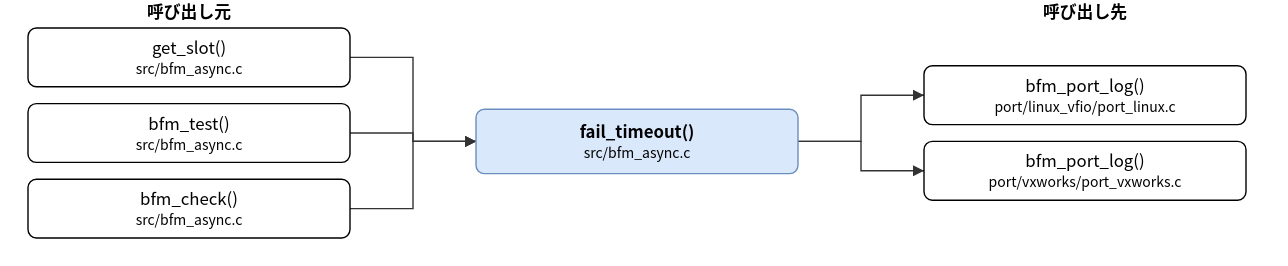
This is doc/spec/images/call_src_bfm_async-fail_timeout.drawio.svg from hf355051012-ai/bfmem, a draw.io export, as it was before one commit. Source tidied: cells renumbered, new cells last; positions are measured from the earlier drawing's top-left corner, leaving out a move shared by most shapes.
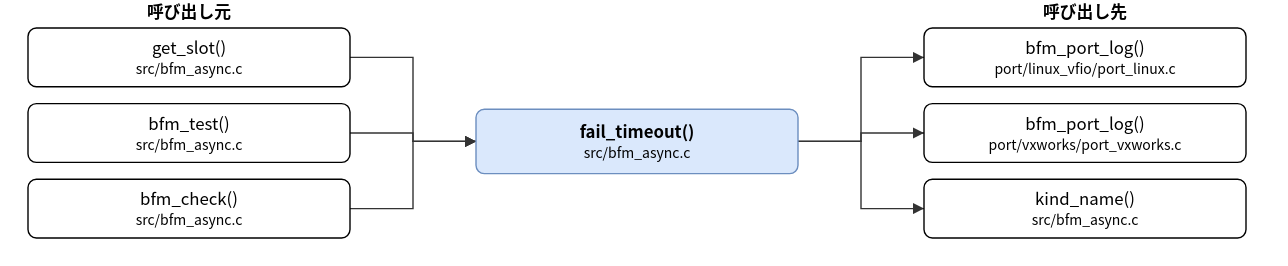
After the change.

What changed in the source:
```diff
@@ -15,11 +15,14 @@
       <mxGeometry y="128" width="230" height="42" as="geometry" />
     </mxCell>
     <mxCell id="6" value="bfm_port_log()&lt;br&gt;&lt;font style=&quot;font-size:10px&quot;&gt;port/linux_vfio/port_linux.c&lt;/font&gt;" style="rounded=1;whiteSpace=wrap;html=1;" parent="1" vertex="1">
-      <mxGeometry x="640" y="47" width="230" height="42" as="geometry" />
+      <mxGeometry x="640" y="20" width="230" height="42" as="geometry" />
     </mxCell>
     <mxCell id="7" value="bfm_port_log()&lt;br&gt;&lt;font style=&quot;font-size:10px&quot;&gt;port/vxworks/port_vxworks.c&lt;/font&gt;" style="rounded=1;whiteSpace=wrap;html=1;" parent="1" vertex="1">
-      <mxGeometry x="640" y="101" width="230" height="42" as="geometry" />
+      <mxGeometry x="640" y="74" width="230" height="42" as="geometry" />
     </mxCell>
+    <mxCell id="15" value="kind_name()&lt;br&gt;&lt;font style=&quot;font-size:10px&quot;&gt;src/bfm_async.c&lt;/font&gt;" style="rounded=1;whiteSpace=wrap;html=1;" parent="1" vertex="1">
+      <mxGeometry x="640" y="128" width="230" height="42" as="geometry" />
+    </mxCell>
     <mxCell id="8" style="edgeStyle=none;html=1;rounded=0;endArrow=block;endFill=1;exitX=1.0000;exitY=0.5000;exitDx=0;exitDy=0;exitPerimeter=0;entryX=0.0000;entryY=0.5000;entryDx=0;entryDy=0;entryPerimeter=0;" parent="1" edge="1" source="3" target="2">
       <mxGeometry relative="1" as="geometry">
         <Array as="points">
@@ -48,7 +51,7 @@
       <mxGeometry relative="1" as="geometry">
         <Array as="points">
           <mxPoint x="595" y="101" />
-          <mxPoint x="595" y="68" />
+          <mxPoint x="595" y="41" />
         </Array>
       </mxGeometry>
     </mxCell>
@@ -56,10 +59,18 @@
       <mxGeometry relative="1" as="geometry">
         <Array as="points">
           <mxPoint x="595" y="101" />
-          <mxPoint x="595" y="122" />
+          <mxPoint x="595" y="95" />
         </Array>
       </mxGeometry>
     </mxCell>
+    <mxCell id="16" style="edgeStyle=none;html=1;rounded=0;endArrow=block;endFill=1;exitX=1.0000;exitY=0.5000;exitDx=0;exitDy=0;exitPerimeter=0;entryX=0.0000;entryY=0.5000;entryDx=0;entryDy=0;entryPerimeter=0;" parent="1" edge="1" source="2" target="15">
+      <mxGeometry relative="1" as="geometry">
+        <Array as="points">
+          <mxPoint x="595" y="101" />
+          <mxPoint x="595" y="149" />
+        </Array>
+      </mxGeometry>
+    </mxCell>
     <mxCell id="13" value="呼び出し元" style="text;html=1;align=center;fontStyle=1;" parent="1" vertex="1">
       <mxGeometry x="35" width="160" height="18" as="geometry" />
     </mxCell>
```
